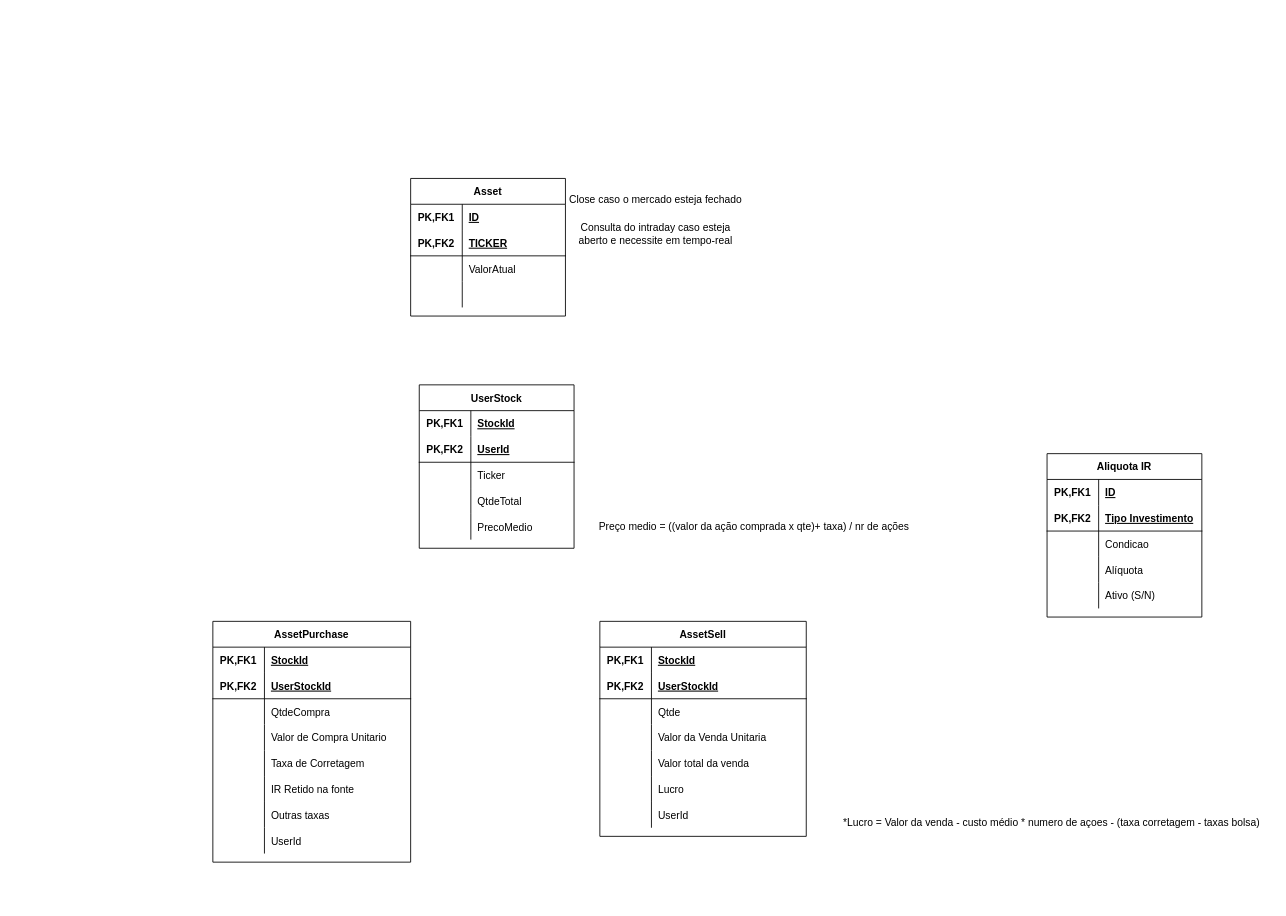
Before: page "E-R" (3 of 3) of docs/Diagrams.drawio in juniobiel/FinanceApi, a draw.io diagram. Source tidied: cells renumbered, new cells numbered last; positions are measured from the earlier drawing's top-left corner, leaving out a move shared by most shapes. Both pictures are drawn from the tidied source at 86%, with x=0, y=0 at pixel (212, 178).
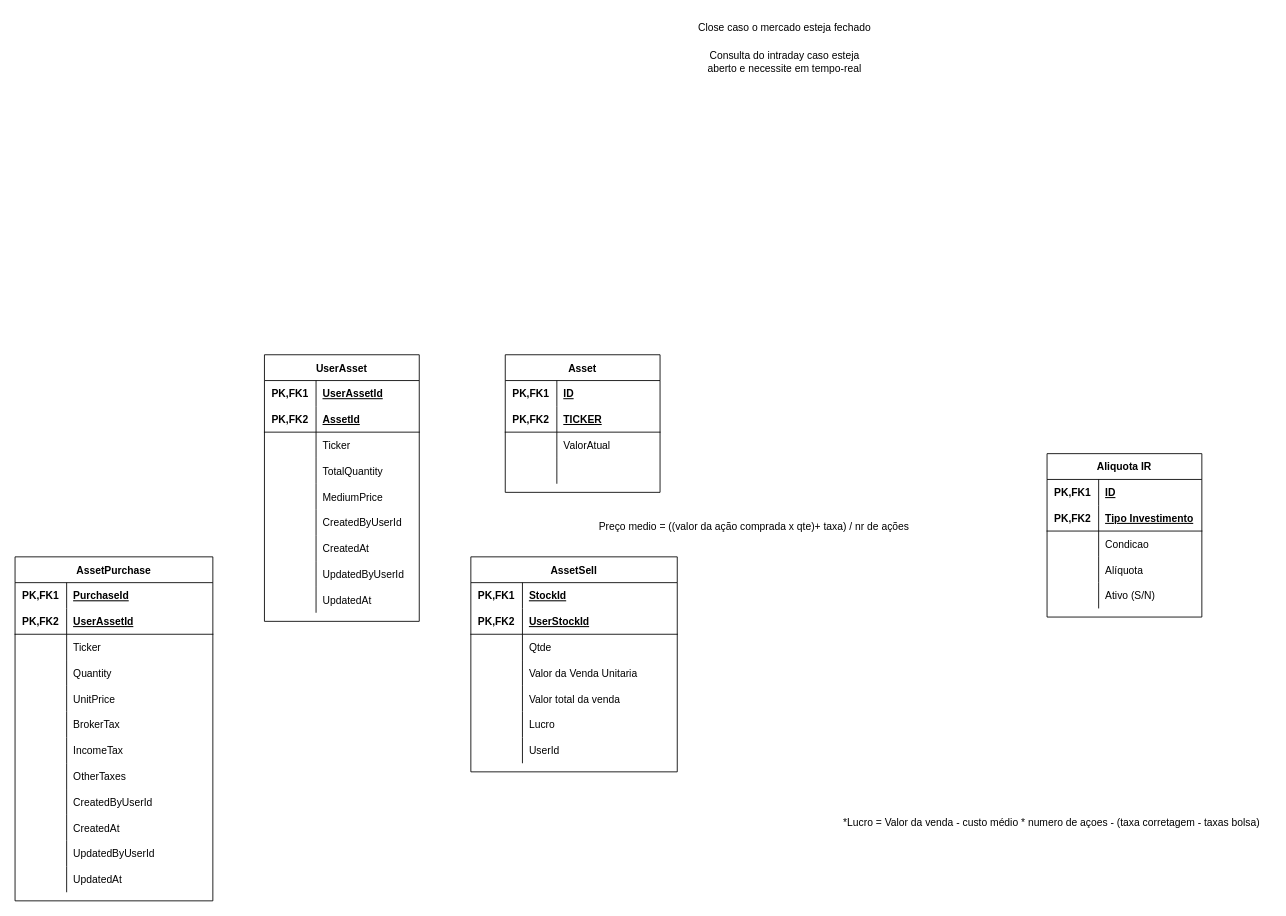
The same page after the edit.

Commit message:
Atualização no diagrama de Entidade e Relacionamento

The change refers to these unchanged cells:
```xml
<mxCell id="3" style="shape=tableRow;horizontal=0;startSize=0;swimlaneHead=0;swimlaneBody=0;fillColor=none;top=0;left=0;right=0;bottom=0;" parent="2" vertex="1">
  <mxGeometry y="30" width="180" height="30" as="geometry" />
</mxCell>
<mxCell id="6" style="shape=tableRow;horizontal=0;startSize=0;swimlaneHead=0;swimlaneBody=0;fillColor=none;top=0;left=0;right=0;bottom=1;" parent="2" vertex="1">
  <mxGeometry y="60" width="180" height="30" as="geometry" />
</mxCell>
<mxCell id="12" style="shape=tableRow;horizontal=0;startSize=0;swimlaneHead=0;swimlaneBody=0;fillColor=none;top=0;left=0;right=0;bottom=0;" parent="2" vertex="1">
  <mxGeometry y="120" width="180" height="30" as="geometry" />
</mxCell>
<mxCell id="15" style="shape=tableRow;horizontal=0;startSize=0;swimlaneHead=0;swimlaneBody=0;fillColor=none;top=0;left=0;right=0;bottom=0;" parent="2" vertex="1">
  <mxGeometry y="150" width="180" height="30" as="geometry" />
</mxCell>
<mxCell id="32" style="shape=tableRow;horizontal=0;startSize=0;swimlaneHead=0;swimlaneBody=0;fillColor=none;top=0;left=0;right=0;bottom=0;" parent="31" vertex="1">
  <mxGeometry y="30" width="230" height="30" as="geometry" />
</mxCell>
<mxCell id="35" style="shape=tableRow;horizontal=0;startSize=0;swimlaneHead=0;swimlaneBody=0;fillColor=none;top=0;left=0;right=0;bottom=1;" parent="31" vertex="1">
  <mxGeometry y="60" width="230" height="30" as="geometry" />
</mxCell>
<mxCell id="38" style="shape=tableRow;horizontal=0;startSize=0;swimlaneHead=0;swimlaneBody=0;fillColor=none;top=0;left=0;right=0;bottom=0;" parent="31" vertex="1">
  <mxGeometry y="90" width="230" height="30" as="geometry" />
</mxCell>
<mxCell id="41" style="shape=tableRow;horizontal=0;startSize=0;swimlaneHead=0;swimlaneBody=0;fillColor=none;top=0;left=0;right=0;bottom=0;" parent="31" vertex="1">
  <mxGeometry y="120" width="230" height="30" as="geometry" />
</mxCell>
<mxCell id="44" style="shape=tableRow;horizontal=0;startSize=0;swimlaneHead=0;swimlaneBody=0;fillColor=none;top=0;left=0;right=0;bottom=0;" parent="31" vertex="1">
  <mxGeometry y="150" width="230" height="30" as="geometry" />
</mxCell>
<mxCell id="47" style="shape=tableRow;horizontal=0;startSize=0;swimlaneHead=0;swimlaneBody=0;fillColor=none;top=0;left=0;right=0;bottom=0;" parent="31" vertex="1">
  <mxGeometry y="180" width="230" height="30" as="geometry" />
</mxCell>
<mxCell id="50" style="shape=tableRow;horizontal=0;startSize=0;swimlaneHead=0;swimlaneBody=0;fillColor=none;top=0;left=0;right=0;bottom=0;" parent="31" vertex="1">
  <mxGeometry y="210" width="230" height="30" as="geometry" />
</mxCell>
<mxCell id="53" style="shape=tableRow;horizontal=0;startSize=0;swimlaneHead=0;swimlaneBody=0;fillColor=none;top=0;left=0;right=0;bottom=0;" parent="31" vertex="1">
  <mxGeometry y="240" width="230" height="30" as="geometry" />
</mxCell>
```

Change to the diagram source:
```diff
@@
-    <mxCell id="2" value="UserStock" style="shape=table;startSize=30;childLayout=tableLayout;rowLines=0;fontStyle=1;align=center;" parent="1" vertex="1">
-      <mxGeometry x="240" y="240" width="180" height="190" as="geometry" />
+    <mxCell id="2" value="UserAsset" style="shape=table;startSize=30;childLayout=tableLayout;rowLines=0;fontStyle=1;align=center;" parent="1" vertex="1">
+      <mxGeometry x="60" y="205" width="180" height="310" as="geometry" />
     </mxCell>
@@
-    <mxCell id="5" value="StockId" style="shape=partialRectangle;fillColor=none;top=0;left=0;bottom=0;right=0;align=left;spacingLeft=6;fontStyle=5;overflow=hidden;" parent="3" vertex="1">
+    <mxCell id="5" value="UserAssetId" style="shape=partialRectangle;fillColor=none;top=0;left=0;bottom=0;right=0;align=left;spacingLeft=6;fontStyle=5;overflow=hidden;" parent="3" vertex="1">
       <mxGeometry x="60" width="120" height="30" as="geometry" />
     </mxCell>
@@
-    <mxCell id="8" value="UserId" style="shape=partialRectangle;fillColor=none;top=0;left=0;bottom=0;right=0;align=left;spacingLeft=6;fontStyle=5;overflow=hidden;" parent="6" vertex="1">
+    <mxCell id="8" value="AssetId" style="shape=partialRectangle;fillColor=none;top=0;left=0;bottom=0;right=0;align=left;spacingLeft=6;fontStyle=5;overflow=hidden;" parent="6" vertex="1">
       <mxGeometry x="60" width="120" height="30" as="geometry" />
     </mxCell>
@@
-    <mxCell id="14" value="QtdeTotal" style="shape=partialRectangle;fillColor=none;top=0;left=0;bottom=0;right=0;align=left;spacingLeft=6;overflow=hidden;" parent="12" vertex="1">
+    <mxCell id="14" value="TotalQuantity" style="shape=partialRectangle;fillColor=none;top=0;left=0;bottom=0;right=0;align=left;spacingLeft=6;overflow=hidden;" parent="12" vertex="1">
       <mxGeometry x="60" width="120" height="30" as="geometry" />
     </mxCell>
@@
-    <mxCell id="17" value="PrecoMedio" style="shape=partialRectangle;fillColor=none;top=0;left=0;bottom=0;right=0;align=left;spacingLeft=6;overflow=hidden;" parent="15" vertex="1">
+    <mxCell id="17" value="MediumPrice" style="shape=partialRectangle;fillColor=none;top=0;left=0;bottom=0;right=0;align=left;spacingLeft=6;overflow=hidden;" parent="15" vertex="1">
       <mxGeometry x="60" width="120" height="30" as="geometry" />
     </mxCell>
+    <mxCell id="98" style="shape=tableRow;horizontal=0;startSize=0;swimlaneHead=0;swimlaneBody=0;fillColor=none;top=0;left=0;right=0;bottom=0;" parent="2" vertex="1">
+      <mxGeometry y="180" width="180" height="30" as="geometry" />
+    </mxCell>
+    <mxCell id="99" style="shape=partialRectangle;fillColor=none;top=0;left=0;bottom=0;right=0;overflow=hidden;" parent="98" vertex="1">
+      <mxGeometry width="60" height="30" as="geometry" />
+    </mxCell>
+    <mxCell id="100" value="CreatedByUserId" style="shape=partialRectangle;fillColor=none;top=0;left=0;bottom=0;right=0;align=left;spacingLeft=6;overflow=hidden;" parent="98" vertex="1">
+      <mxGeometry x="60" width="120" height="30" as="geometry" />
+    </mxCell>
+    <mxCell id="101" style="shape=tableRow;horizontal=0;startSize=0;swimlaneHead=0;swimlaneBody=0;fillColor=none;top=0;left=0;right=0;bottom=0;" parent="2" vertex="1">
+      <mxGeometry y="210" width="180" height="30" as="geometry" />
+    </mxCell>
+    <mxCell id="102" style="shape=partialRectangle;fillColor=none;top=0;left=0;bottom=0;right=0;overflow=hidden;" parent="101" vertex="1">
+      <mxGeometry width="60" height="30" as="geometry" />
+    </mxCell>
+    <mxCell id="103" value="CreatedAt" style="shape=partialRectangle;fillColor=none;top=0;left=0;bottom=0;right=0;align=left;spacingLeft=6;overflow=hidden;" parent="101" vertex="1">
+      <mxGeometry x="60" width="120" height="30" as="geometry" />
+    </mxCell>
+    <mxCell id="104" style="shape=tableRow;horizontal=0;startSize=0;swimlaneHead=0;swimlaneBody=0;fillColor=none;top=0;left=0;right=0;bottom=0;" parent="2" vertex="1">
+      <mxGeometry y="240" width="180" height="30" as="geometry" />
+    </mxCell>
+    <mxCell id="105" style="shape=partialRectangle;fillColor=none;top=0;left=0;bottom=0;right=0;overflow=hidden;" parent="104" vertex="1">
+      <mxGeometry width="60" height="30" as="geometry" />
+    </mxCell>
+    <mxCell id="106" value="UpdatedByUserId" style="shape=partialRectangle;fillColor=none;top=0;left=0;bottom=0;right=0;align=left;spacingLeft=6;overflow=hidden;" parent="104" vertex="1">
+      <mxGeometry x="60" width="120" height="30" as="geometry" />
+    </mxCell>
+    <mxCell id="107" style="shape=tableRow;horizontal=0;startSize=0;swimlaneHead=0;swimlaneBody=0;fillColor=none;top=0;left=0;right=0;bottom=0;" parent="2" vertex="1">
+      <mxGeometry y="270" width="180" height="30" as="geometry" />
+    </mxCell>
+    <mxCell id="108" style="shape=partialRectangle;fillColor=none;top=0;left=0;bottom=0;right=0;overflow=hidden;" parent="107" vertex="1">
+      <mxGeometry width="60" height="30" as="geometry" />
+    </mxCell>
+    <mxCell id="109" value="UpdatedAt" style="shape=partialRectangle;fillColor=none;top=0;left=0;bottom=0;right=0;align=left;spacingLeft=6;overflow=hidden;" parent="107" vertex="1">
+      <mxGeometry x="60" width="120" height="30" as="geometry" />
+    </mxCell>
     <mxCell id="18" value="Asset" style="shape=table;startSize=30;childLayout=tableLayout;rowLines=0;fontStyle=1;align=center;" parent="1" vertex="1">
-      <mxGeometry x="230" width="180" height="160" as="geometry" />
+      <mxGeometry x="340" y="205" width="180" height="160" as="geometry" />
     </mxCell>
@@
     <mxCell id="31" value="AssetPurchase" style="shape=table;startSize=30;childLayout=tableLayout;rowLines=0;fontStyle=1;align=center;" parent="1" vertex="1">
-      <mxGeometry y="515" width="230" height="280" as="geometry" />
+      <mxGeometry x="-230" y="440" width="230" height="400" as="geometry" />
     </mxCell>
@@
-    <mxCell id="34" value="StockId" style="shape=partialRectangle;fillColor=none;top=0;left=0;bottom=0;right=0;align=left;spacingLeft=6;fontStyle=5;overflow=hidden;" parent="32" vertex="1">
+    <mxCell id="34" value="PurchaseId" style="shape=partialRectangle;fillColor=none;top=0;left=0;bottom=0;right=0;align=left;spacingLeft=6;fontStyle=5;overflow=hidden;" parent="32" vertex="1">
       <mxGeometry x="60" width="170" height="30" as="geometry" />
     </mxCell>
@@
-    <mxCell id="37" value="UserStockId" style="shape=partialRectangle;fillColor=none;top=0;left=0;bottom=0;right=0;align=left;spacingLeft=6;fontStyle=5;overflow=hidden;" parent="35" vertex="1">
+    <mxCell id="37" value="UserAssetId" style="shape=partialRectangle;fillColor=none;top=0;left=0;bottom=0;right=0;align=left;spacingLeft=6;fontStyle=5;overflow=hidden;" parent="35" vertex="1">
       <mxGeometry x="60" width="170" height="30" as="geometry" />
     </mxCell>
@@
-    <mxCell id="40" value="QtdeCompra" style="shape=partialRectangle;fillColor=none;top=0;left=0;bottom=0;right=0;align=left;spacingLeft=6;overflow=hidden;" parent="38" vertex="1">
+    <mxCell id="40" value="Ticker" style="shape=partialRectangle;fillColor=none;top=0;left=0;bottom=0;right=0;align=left;spacingLeft=6;overflow=hidden;" parent="38" vertex="1">
       <mxGeometry x="60" width="170" height="30" as="geometry" />
     </mxCell>
@@
-    <mxCell id="43" value="Valor de Compra Unitario" style="shape=partialRectangle;fillColor=none;top=0;left=0;bottom=0;right=0;align=left;spacingLeft=6;overflow=hidden;" parent="41" vertex="1">
+    <mxCell id="43" value="Quantity" style="shape=partialRectangle;fillColor=none;top=0;left=0;bottom=0;right=0;align=left;spacingLeft=6;overflow=hidden;" parent="41" vertex="1">
       <mxGeometry x="60" width="170" height="30" as="geometry" />
     </mxCell>
@@
-    <mxCell id="46" value="Taxa de Corretagem" style="shape=partialRectangle;fillColor=none;top=0;left=0;bottom=0;right=0;align=left;spacingLeft=6;overflow=hidden;" parent="44" vertex="1">
+    <mxCell id="46" value="UnitPrice" style="shape=partialRectangle;fillColor=none;top=0;left=0;bottom=0;right=0;align=left;spacingLeft=6;overflow=hidden;" parent="44" vertex="1">
       <mxGeometry x="60" width="170" height="30" as="geometry" />
     </mxCell>
@@
-    <mxCell id="49" value="IR Retido na fonte" style="shape=partialRectangle;fillColor=none;top=0;left=0;bottom=0;right=0;align=left;spacingLeft=6;overflow=hidden;" parent="47" vertex="1">
+    <mxCell id="49" value="BrokerTax" style="shape=partialRectangle;fillColor=none;top=0;left=0;bottom=0;right=0;align=left;spacingLeft=6;overflow=hidden;" parent="47" vertex="1">
       <mxGeometry x="60" width="170" height="30" as="geometry" />
     </mxCell>
@@
-    <mxCell id="52" value="Outras taxas" style="shape=partialRectangle;fillColor=none;top=0;left=0;bottom=0;right=0;align=left;spacingLeft=6;overflow=hidden;" parent="50" vertex="1">
+    <mxCell id="52" value="IncomeTax" style="shape=partialRectangle;fillColor=none;top=0;left=0;bottom=0;right=0;align=left;spacingLeft=6;overflow=hidden;" parent="50" vertex="1">
       <mxGeometry x="60" width="170" height="30" as="geometry" />
     </mxCell>
@@
-    <mxCell id="55" value="UserId" style="shape=partialRectangle;fillColor=none;top=0;left=0;bottom=0;right=0;align=left;spacingLeft=6;overflow=hidden;" parent="53" vertex="1">
+    <mxCell id="55" value="OtherTaxes" style="shape=partialRectangle;fillColor=none;top=0;left=0;bottom=0;right=0;align=left;spacingLeft=6;overflow=hidden;" parent="53" vertex="1">
       <mxGeometry x="60" width="170" height="30" as="geometry" />
     </mxCell>
+    <mxCell id="110" style="shape=tableRow;horizontal=0;startSize=0;swimlaneHead=0;swimlaneBody=0;fillColor=none;top=0;left=0;right=0;bottom=0;" parent="31" vertex="1">
+      <mxGeometry y="270" width="230" height="30" as="geometry" />
+    </mxCell>
+    <mxCell id="111" style="shape=partialRectangle;fillColor=none;top=0;left=0;bottom=0;right=0;overflow=hidden;" parent="110" vertex="1">
+      <mxGeometry width="60" height="30" as="geometry" />
+    </mxCell>
+    <mxCell id="112" value="CreatedByUserId" style="shape=partialRectangle;fillColor=none;top=0;left=0;bottom=0;right=0;align=left;spacingLeft=6;overflow=hidden;" parent="110" vertex="1">
+      <mxGeometry x="60" width="170" height="30" as="geometry" />
+    </mxCell>
+    <mxCell id="113" style="shape=tableRow;horizontal=0;startSize=0;swimlaneHead=0;swimlaneBody=0;fillColor=none;top=0;left=0;right=0;bottom=0;" parent="31" vertex="1">
+      <mxGeometry y="300" width="230" height="30" as="geometry" />
+    </mxCell>
+    <mxCell id="114" style="shape=partialRectangle;fillColor=none;top=0;left=0;bottom=0;right=0;overflow=hidden;" parent="113" vertex="1">
+      <mxGeometry width="60" height="30" as="geometry" />
+    </mxCell>
+    <mxCell id="115" value="CreatedAt        " style="shape=partialRectangle;fillColor=none;top=0;left=0;bottom=0;right=0;align=left;spacingLeft=6;overflow=hidden;" parent="113" vertex="1">
+      <mxGeometry x="60" width="170" height="30" as="geometry" />
+    </mxCell>
+    <mxCell id="116" style="shape=tableRow;horizontal=0;startSize=0;swimlaneHead=0;swimlaneBody=0;fillColor=none;top=0;left=0;right=0;bottom=0;" parent="31" vertex="1">
+      <mxGeometry y="330" width="230" height="30" as="geometry" />
+    </mxCell>
+    <mxCell id="117" style="shape=partialRectangle;fillColor=none;top=0;left=0;bottom=0;right=0;overflow=hidden;" parent="116" vertex="1">
+      <mxGeometry width="60" height="30" as="geometry" />
+    </mxCell>
+    <mxCell id="118" value="UpdatedByUserId" style="shape=partialRectangle;fillColor=none;top=0;left=0;bottom=0;right=0;align=left;spacingLeft=6;overflow=hidden;" parent="116" vertex="1">
+      <mxGeometry x="60" width="170" height="30" as="geometry" />
+    </mxCell>
+    <mxCell id="119" style="shape=tableRow;horizontal=0;startSize=0;swimlaneHead=0;swimlaneBody=0;fillColor=none;top=0;left=0;right=0;bottom=0;" parent="31" vertex="1">
+      <mxGeometry y="360" width="230" height="30" as="geometry" />
+    </mxCell>
+    <mxCell id="120" style="shape=partialRectangle;fillColor=none;top=0;left=0;bottom=0;right=0;overflow=hidden;" parent="119" vertex="1">
+      <mxGeometry width="60" height="30" as="geometry" />
+    </mxCell>
+    <mxCell id="121" value="UpdatedAt" style="shape=partialRectangle;fillColor=none;top=0;left=0;bottom=0;right=0;align=left;spacingLeft=6;overflow=hidden;" parent="119" vertex="1">
+      <mxGeometry x="60" width="170" height="30" as="geometry" />
+    </mxCell>
     <mxCell id="56" value="AssetSell" style="shape=table;startSize=30;childLayout=tableLayout;rowLines=0;fontStyle=1;align=center;" parent="1" vertex="1">
-      <mxGeometry x="450" y="515" width="240" height="250" as="geometry" />
+      <mxGeometry x="300" y="440" width="240" height="250" as="geometry" />
     </mxCell>
@@
     <mxCell id="96" value="Close caso o mercado esteja fechado" style="text;html=1;strokeColor=none;fillColor=none;align=center;verticalAlign=middle;whiteSpace=wrap;rounded=0;" parent="1" vertex="1">
-      <mxGeometry x="410" y="10" width="210" height="30" as="geometry" />
+      <mxGeometry x="560" y="-190" width="210" height="30" as="geometry" />
     </mxCell>
     <mxCell id="97" value="Consulta do intraday caso esteja aberto e necessite em tempo-real" style="text;html=1;strokeColor=none;fillColor=none;align=center;verticalAlign=middle;whiteSpace=wrap;rounded=0;" parent="1" vertex="1">
-      <mxGeometry x="410" y="50" width="210" height="30" as="geometry" />
+      <mxGeometry x="560" y="-150" width="210" height="30" as="geometry" />
     </mxCell>
```
